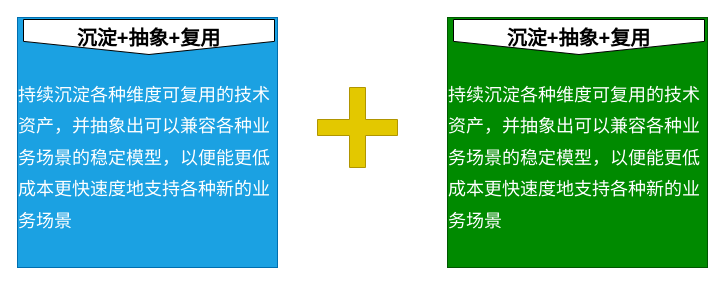
zengcrvip/basedemo keeps this draw.io diagram as page "Page-25" (26 of 28) of Untitled Diagram.drawio. Above is the earlier version. Source tidied: cells renumbered, new cells numbered last; positions are measured from the earlier drawing's top-left corner, leaving out a move shared by most shapes. Both pictures are drawn from the tidied source at 100%, with x=0, y=0 at pixel (17, 17).
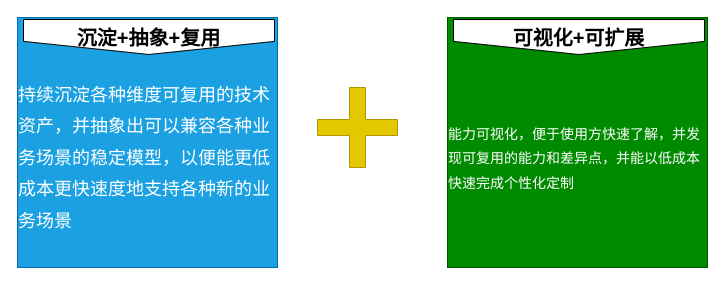
After the change.

What changed in the source:
```diff
@@
 <mxGraphModel>
   <root>
     <mxCell id="0" />
     <mxCell id="1" parent="0" />
     <mxCell id="2" value="&lt;div style=&quot;text-align: left ; line-height: 1.75&quot;&gt;&lt;font style=&quot;font-size: 18px&quot;&gt;&lt;br&gt;&lt;/font&gt;&lt;/div&gt;&lt;div style=&quot;text-align: left ; line-height: 1.75&quot;&gt;&lt;font style=&quot;font-size: 18px&quot;&gt;持续沉淀各种维度可复用的技术资产，并抽象出可以兼容各种业务场景的稳定模型，以便能更低成本更快速度地支持各种新的业务场景&lt;/font&gt;&lt;/div&gt;" style="rounded=0;whiteSpace=wrap;html=1;fillColor=#1ba1e2;fontColor=#ffffff;strokeColor=#006EAF;" parent="1" vertex="1">
       <mxGeometry width="260" height="250" as="geometry" />
     </mxCell>
     <mxCell id="3" value="&lt;font style=&quot;font-size: 20px&quot;&gt;&lt;b&gt;沉淀+抽象+复用&lt;/b&gt;&lt;/font&gt;" style="shape=offPageConnector;whiteSpace=wrap;html=1;" parent="1" vertex="1">
       <mxGeometry x="6" y="2" width="251" height="35" as="geometry" />
     </mxCell>
-    <mxCell id="4" value="&lt;div style=&quot;text-align: left ; line-height: 1.75&quot;&gt;&lt;font style=&quot;font-size: 18px&quot;&gt;&lt;br&gt;&lt;/font&gt;&lt;/div&gt;&lt;div style=&quot;text-align: left ; line-height: 1.75&quot;&gt;&lt;font style=&quot;font-size: 18px&quot;&gt;持续沉淀各种维度可复用的技术资产，并抽象出可以兼容各种业务场景的稳定模型，以便能更低成本更快速度地支持各种新的业务场景&lt;/font&gt;&lt;/div&gt;" style="rounded=0;whiteSpace=wrap;html=1;fillColor=#008a00;fontColor=#ffffff;strokeColor=#005700;" parent="1" vertex="1">
+    <mxCell id="4" value="&lt;div style=&quot;text-align: left ; line-height: 1.75&quot;&gt;&lt;font style=&quot;font-size: 18px&quot;&gt;&lt;br&gt;&lt;/font&gt;&lt;/div&gt;&lt;div style=&quot;text-align: left ; line-height: 1.75&quot;&gt;&lt;div style=&quot;line-height: 1.75 ; font-size: 14px&quot;&gt;能力可视化，便于使用方快速了解，并发现可复用的能力和差异点，并能以低成本快速完成个性化定制&lt;/div&gt;&lt;/div&gt;" style="rounded=0;whiteSpace=wrap;html=1;fillColor=#008a00;fontColor=#ffffff;strokeColor=#005700;" parent="1" vertex="1">
       <mxGeometry x="430" width="260" height="250" as="geometry" />
     </mxCell>
-    <mxCell id="5" value="&lt;font style=&quot;font-size: 20px&quot;&gt;&lt;b&gt;沉淀+抽象+复用&lt;/b&gt;&lt;/font&gt;" style="shape=offPageConnector;whiteSpace=wrap;html=1;" parent="1" vertex="1">
+    <mxCell id="5" value="&lt;font style=&quot;font-size: 20px&quot;&gt;&lt;b&gt;可视化+可扩展&lt;/b&gt;&lt;/font&gt;" style="shape=offPageConnector;whiteSpace=wrap;html=1;" parent="1" vertex="1">
       <mxGeometry x="436" y="2" width="251" height="35" as="geometry" />
     </mxCell>
     <mxCell id="6" style="shape=cross;whiteSpace=wrap;html=1;fontSize=18;fillColor=#e3c800;fontColor=#000000;strokeColor=#B09500;" parent="1" vertex="1">
       <mxGeometry x="300" y="70" width="80" height="80" as="geometry" />
     </mxCell>
   </root>
 </mxGraphModel>
```
